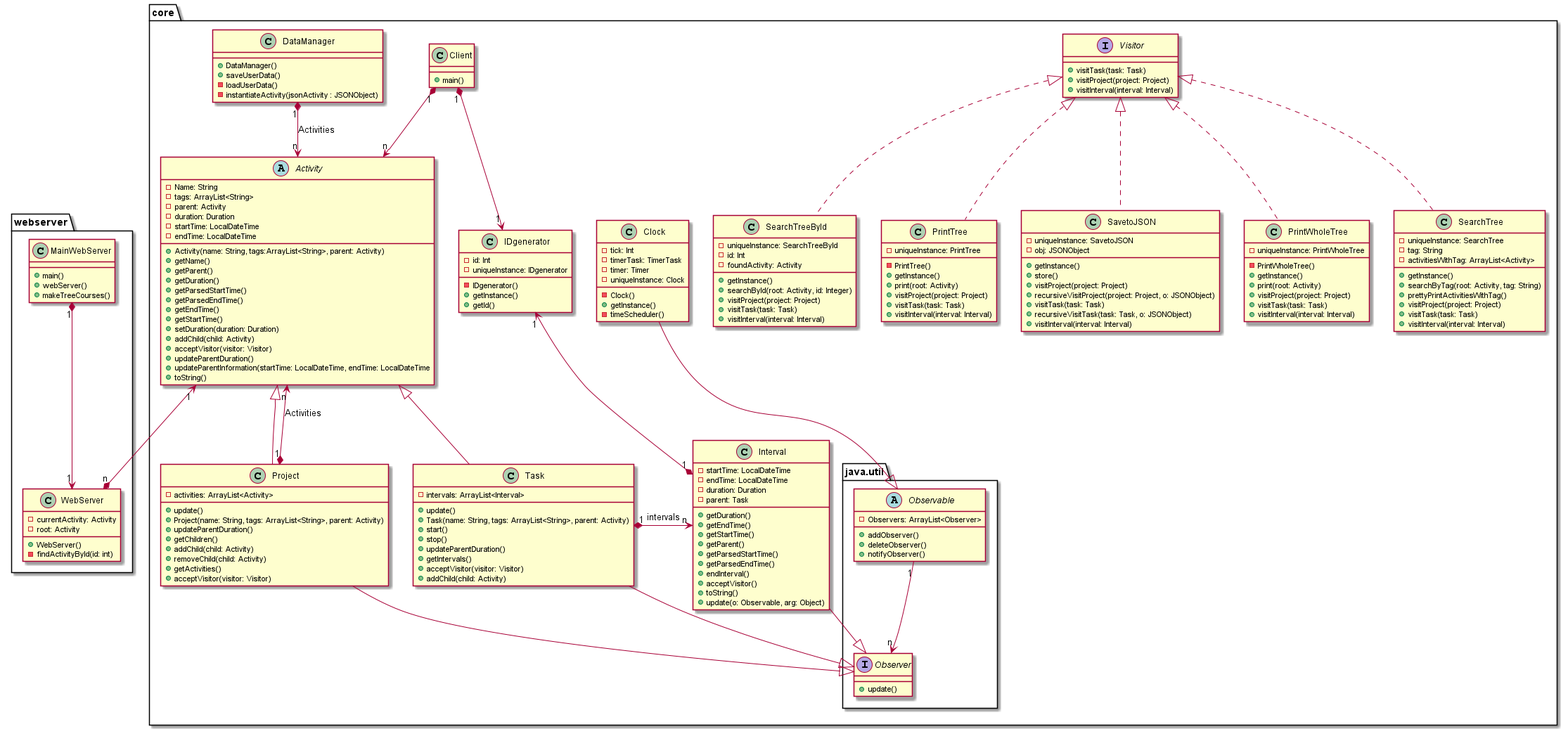
The PlantUML diagram DSTimeTracker.png in quimcamprubi/DS_Time_Tracker, before a commit.
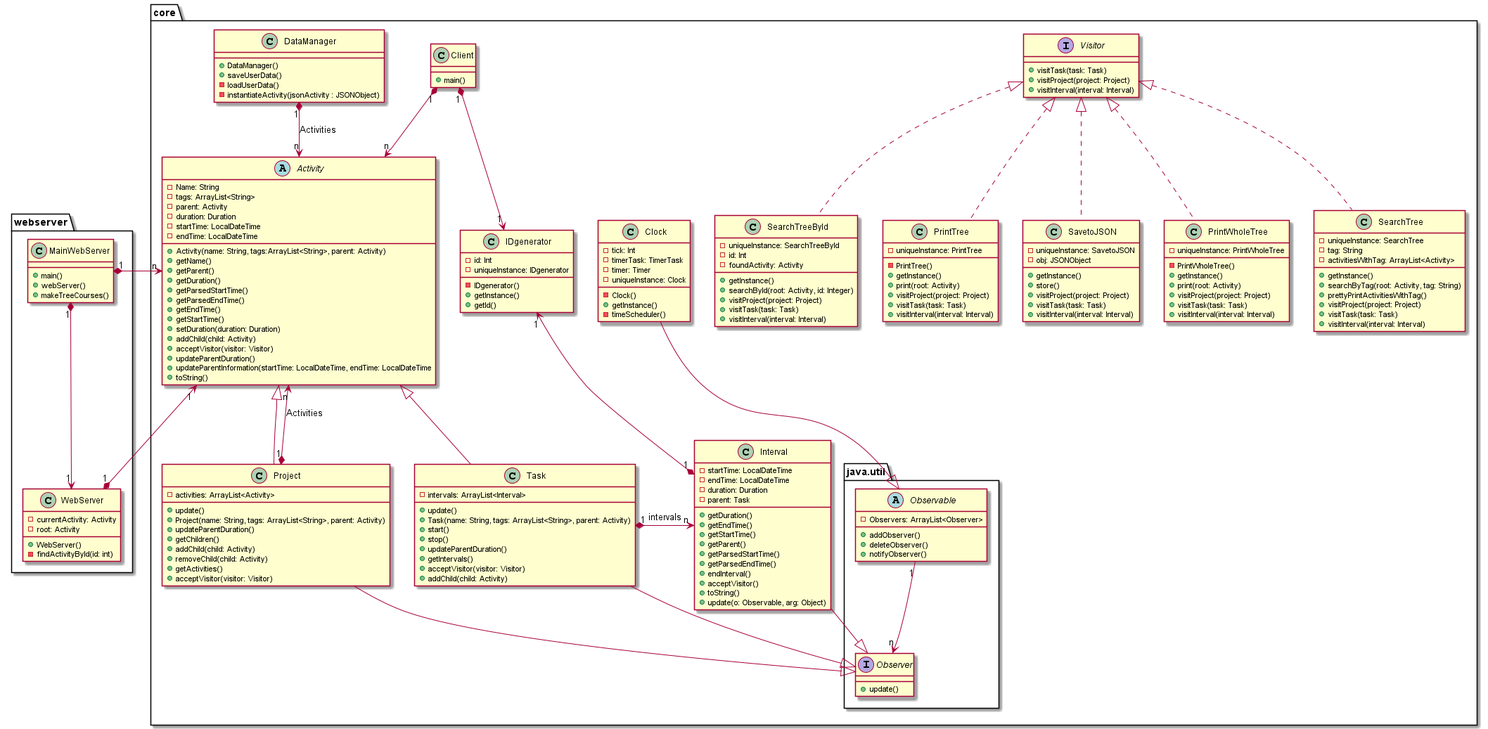
The same file after the commit.

Commit message:
Updated UML for final delivery

Change to the diagram source:
```diff
@@ -80,9 +80,7 @@
 + getInstance()
 + store()
 + visitProject(project: Project)
-+ recursiveVisitProject(project: Project, o: JSONObject)
 + visitTask(task: Task)
-+ recursiveVisitTask(task: Task, o: JSONObject)
 + visitInterval(interval: Interval)
 }
 
@@ -209,7 +207,8 @@
 SearchTree .up.|> Visitor
 
 MainWebServer "1" *-down-> "1" WebServer
-WebServer "n" *-up-> "1" Activity
+WebServer "1" *-up-> "1" Activity
+MainWebServer "1" *-down-> "n" Activity
 
 
 
```
